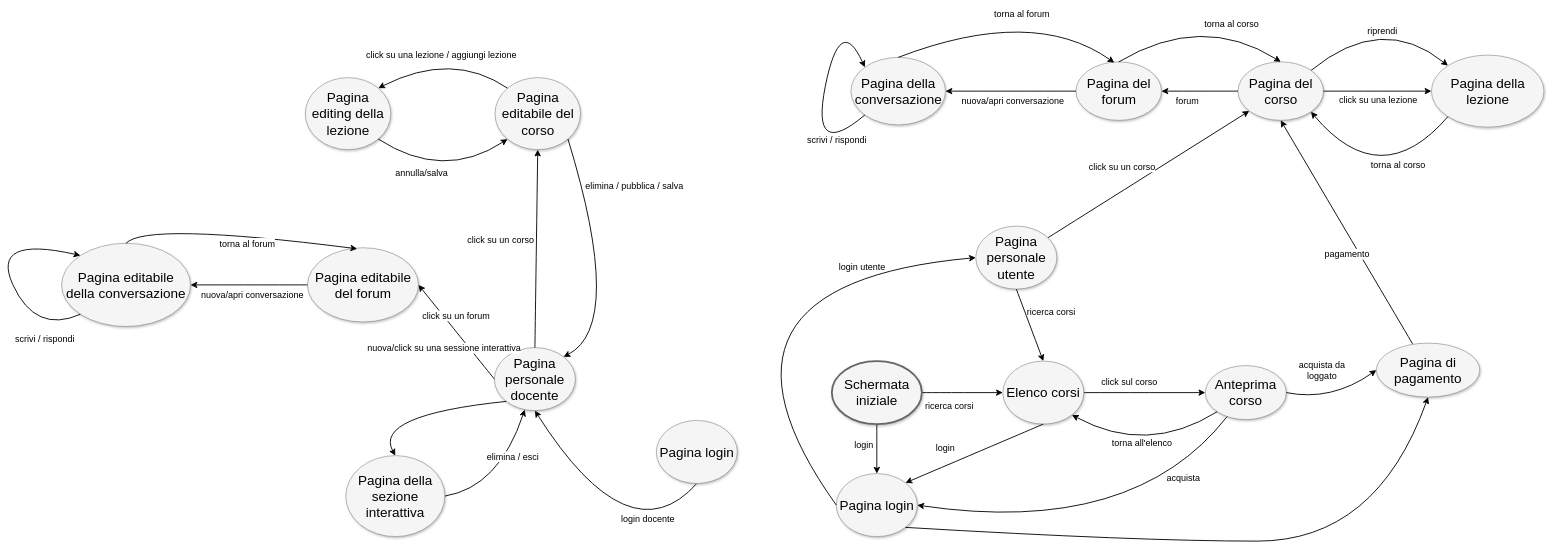
Before: Untitled Diagram.drawio in PaleAle0704/tdp, a draw.io diagram. Source tidied: cells renumbered, new cells numbered last; positions are measured from the earlier drawing's top-left corner, leaving out a move shared by most shapes. Both pictures are drawn from the tidied source at 45%, with x=0, y=0 at pixel (-10, 5).
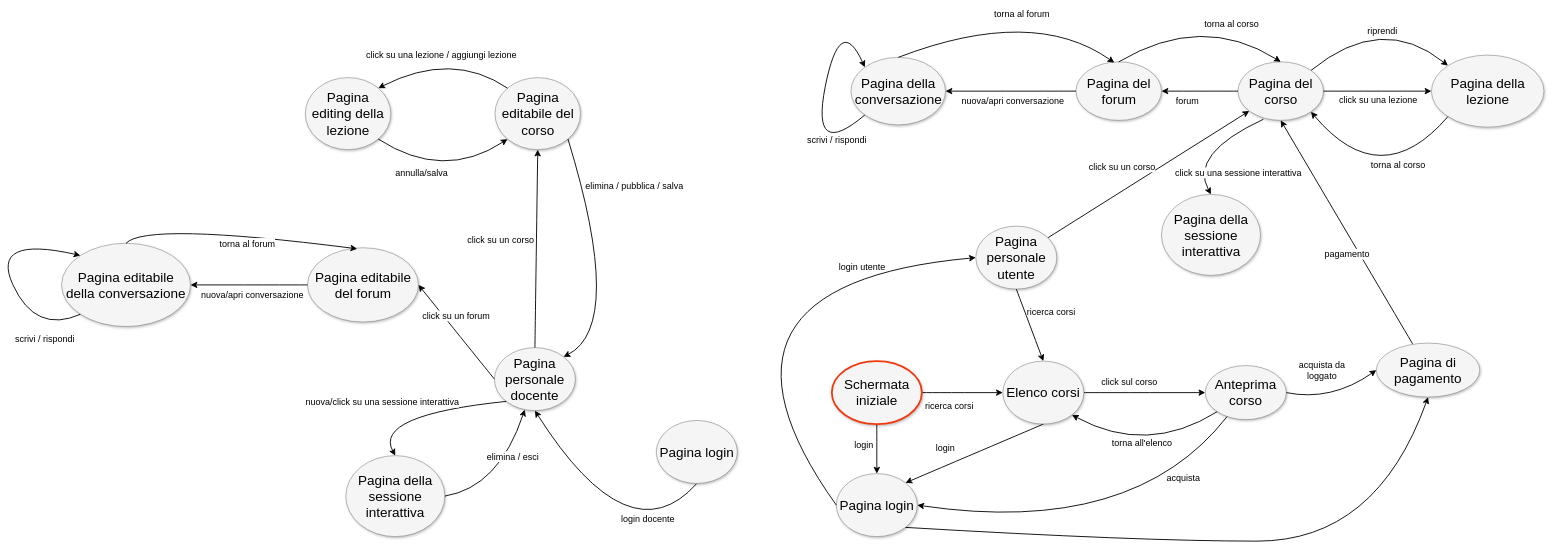
Above is the later version.

Unchanged cells that the change refers to:
```xml
<mxCell id="18" value="Pagina del corso" style="ellipse;whiteSpace=wrap;html=1;rounded=0;shadow=1;strokeColor=#666666;strokeWidth=1;fontSize=30;align=center;fillColor=#f5f5f5;" parent="1" vertex="1">
  <mxGeometry x="2772.6" y="125" width="190" height="130" as="geometry" />
</mxCell>
<mxCell id="73" style="edgeStyle=none;curved=1;html=1;startSize=10;endFill=1;endSize=10;strokeWidth=2;fontSize=12;exitX=0;exitY=1;exitDx=0;exitDy=0;entryX=0.5;entryY=0;entryDx=0;entryDy=0;" parent="1" edge="1" source="49" target="72">
  <mxGeometry relative="1" as="geometry">
    <Array as="points">
      <mxPoint x="850.2" y="910" />
    </Array>
  </mxGeometry>
</mxCell>
```

Diff of the diagram source:
```diff
@@
-    <mxCell id="6" value="Schermata iniziale" style="ellipse;whiteSpace=wrap;html=1;rounded=0;shadow=1;strokeColor=#666666;strokeWidth=4;fontSize=30;align=center;fillColor=#f5f5f5;" parent="1" vertex="1">
-      <mxGeometry x="1870" y="790" width="200" height="140" as="geometry" />
-    </mxCell>
@@
-    <mxCell id="72" value="Pagina della sezione interattiva" style="ellipse;whiteSpace=wrap;html=1;rounded=0;shadow=1;strokeColor=#666666;strokeWidth=1;fontSize=30;align=center;fillColor=#f5f5f5;" parent="1" vertex="1">
+    <mxCell id="72" value="&lt;div&gt;Pagina della sessione interattiva&lt;/div&gt;" style="ellipse;whiteSpace=wrap;html=1;rounded=0;shadow=1;strokeColor=#666666;strokeWidth=1;fontSize=30;align=center;fillColor=#f5f5f5;" parent="1" vertex="1">
       <mxGeometry x="790" y="1000" width="220" height="180" as="geometry" />
     </mxCell>
@@
     <mxCell id="74" value="nuova/click su una sessione interattiva" style="text;html=1;align=center;verticalAlign=middle;labelBackgroundColor=#ffffff;fontSize=20;" parent="73" vertex="1">
       <mxGeometry x="0.17" y="-3" relative="1" as="geometry">
-        <mxPoint x="94" y="-140" as="offset" />
+        <mxPoint x="-43" y="-20" as="offset" />
       </mxGeometry>
     </mxCell>
@@
+    <mxCell id="80" value="&lt;div&gt;Pagina della sessione interattiva&lt;/div&gt;" style="ellipse;whiteSpace=wrap;html=1;rounded=0;shadow=1;strokeColor=#666666;strokeWidth=1;fontSize=30;align=center;fillColor=#f5f5f5;" parent="1" vertex="1">
+      <mxGeometry x="2602.6" y="419.5" width="220" height="180" as="geometry" />
+    </mxCell>
+    <mxCell id="81" style="edgeStyle=none;curved=1;html=1;startSize=10;endFill=1;endSize=10;strokeWidth=2;fontSize=12;exitX=0.297;exitY=0.981;exitDx=0;exitDy=0;entryX=0.5;entryY=0;entryDx=0;entryDy=0;exitPerimeter=0;" parent="1" edge="1" source="18" target="80">
+      <mxGeometry relative="1" as="geometry">
+        <Array as="points">
+          <mxPoint x="2662.8" y="329.5" />
+        </Array>
+      </mxGeometry>
+    </mxCell>
+    <mxCell id="82" value="click su una sessione interattiva" style="text;html=1;align=center;verticalAlign=middle;labelBackgroundColor=#ffffff;fontSize=20;" parent="1" vertex="1">
+      <mxGeometry x="2772.6" y="370" as="geometry" />
+    </mxCell>
+    <mxCell id="6" value="Schermata iniziale" style="ellipse;whiteSpace=wrap;html=1;rounded=0;shadow=1;strokeColor=#f23a10;strokeWidth=4;fontSize=30;align=center;fillColor=#f5f5f5;" parent="1" vertex="1">
+      <mxGeometry x="1870" y="790" width="200" height="140" as="geometry" />
+    </mxCell>
```
